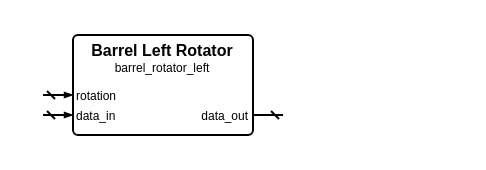
Louis-DR/OmniCores-BuildingBlocks keeps this draw.io diagram as sources/operations/barrel_rotator_left/barrel_rotator_left.symbol.drawio. Above is the earlier version. Source tidied: cells renumbered, new cells numbered last; positions are measured from the earlier drawing's top-left corner, leaving out a move shared by most shapes. Both pictures are drawn from the tidied source at 200%, with x=0, y=0 at pixel (42, 34).
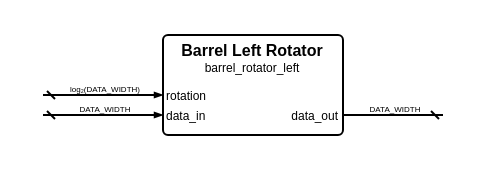
Above is the later version.

The edit, as a diff of the source:
```diff
@@
 <mxGraphModel>
   <root>
     <mxCell id="0" />
     <mxCell id="1" parent="0" />
     <mxCell id="2" style="group;" parent="1" vertex="1">
-      <mxGeometry width="120" height="50" as="geometry" />
+      <mxGeometry width="200" height="50" as="geometry" />
     </mxCell>
     <mxCell id="3" style="rounded=1;arcSize=5;fillColor=none;strokeWidth=1;strokeColor=black;whiteSpace=wrap;html=1;" parent="2" vertex="1">
-      <mxGeometry x="15" width="90" height="50" as="geometry" />
+      <mxGeometry x="60" width="90" height="50" as="geometry" />
     </mxCell>
     <mxCell id="4" value="Barrel Left Rotator" style="text;html=1;align=center;verticalAlign=middle;whiteSpace=wrap;rounded=0;fontSize=8;fontStyle=1;fontColor=black;" parent="2" vertex="1">
-      <mxGeometry x="15" y="7" width="90" as="geometry" />
+      <mxGeometry x="60" y="7" width="90" as="geometry" />
     </mxCell>
     <mxCell id="5" value="barrel_rotator_left" style="text;html=1;align=center;verticalAlign=middle;whiteSpace=wrap;rounded=0;fontSize=6;fontStyle=0;fontColor=black;" parent="2" vertex="1">
-      <mxGeometry x="15" y="16" width="90" as="geometry" />
+      <mxGeometry x="60" y="16" width="90" as="geometry" />
     </mxCell>
     <mxCell id="6" value="rotation" style="text;html=1;align=left;verticalAlign=middle;whiteSpace=wrap;rounded=0;fontSize=6;fontStyle=0;fontColor=black;" parent="2" vertex="1">
-      <mxGeometry x="15" y="30" width="90" as="geometry" />
+      <mxGeometry x="60" y="30" width="90" as="geometry" />
     </mxCell>
     <mxCell id="7" style="html=1;rounded=1;strokeWidth=1;strokeColor=black;startFill=0;startSize=2;startArrow=dash;endFill=1;endSize=2;endArrow=blockThin;sourcePerimeterSpacing=0;" parent="2" edge="1">
       <mxGeometry relative="1" as="geometry">
         <mxPoint y="30" as="sourcePoint" />
-        <mxPoint x="15" y="30" as="targetPoint" />
+        <mxPoint x="60" y="30" as="targetPoint" />
       </mxGeometry>
     </mxCell>
+    <mxCell id="12" value="log₂(DATA_WIDTH)" style="text;html=1;align=center;verticalAlign=middle;whiteSpace=nowrap;rounded=0;fontSize=4;fontStyle=0;fontColor=black;" parent="2" vertex="1">
+      <mxGeometry x="30" y="27" as="geometry" />
+    </mxCell>
     <mxCell id="8" value="data_in" style="text;html=1;align=left;verticalAlign=middle;whiteSpace=wrap;rounded=0;fontSize=6;fontStyle=0;fontColor=black;" parent="2" vertex="1">
-      <mxGeometry x="15" y="40" width="90" as="geometry" />
+      <mxGeometry x="60" y="40" width="90" as="geometry" />
     </mxCell>
     <mxCell id="9" style="html=1;rounded=1;strokeWidth=1;strokeColor=black;startFill=0;startSize=2;startArrow=dash;endFill=1;endSize=2;endArrow=blockThin;sourcePerimeterSpacing=0;" parent="2" edge="1">
       <mxGeometry relative="1" as="geometry">
         <mxPoint y="40" as="sourcePoint" />
-        <mxPoint x="15" y="40" as="targetPoint" />
+        <mxPoint x="60" y="40" as="targetPoint" />
       </mxGeometry>
     </mxCell>
+    <mxCell id="13" value="DATA_WIDTH" style="text;html=1;align=center;verticalAlign=middle;whiteSpace=nowrap;rounded=0;fontSize=4;fontStyle=0;fontColor=black;" parent="2" vertex="1">
+      <mxGeometry x="30" y="37" as="geometry" />
+    </mxCell>
     <mxCell id="10" value="data_out" style="text;html=1;align=right;verticalAlign=middle;whiteSpace=wrap;rounded=0;fontSize=6;fontStyle=0;fontColor=black;" parent="2" vertex="1">
-      <mxGeometry x="15" y="40" width="90" as="geometry" />
+      <mxGeometry x="60" y="40" width="90" as="geometry" />
     </mxCell>
     <mxCell id="11" style="html=1;rounded=1;strokeWidth=1;strokeColor=black;startFill=0;startSize=2;startArrow=dash;endFill=1;endSize=2;endArrow=none;sourcePerimeterSpacing=0;" parent="2" edge="1">
       <mxGeometry relative="1" as="geometry">
-        <mxPoint x="120" y="40" as="sourcePoint" />
-        <mxPoint x="105" y="40" as="targetPoint" />
+        <mxPoint x="200" y="40" as="sourcePoint" />
+        <mxPoint x="150" y="40" as="targetPoint" />
       </mxGeometry>
     </mxCell>
+    <mxCell id="14" value="DATA_WIDTH" style="text;html=1;align=center;verticalAlign=middle;whiteSpace=nowrap;rounded=0;fontSize=4;fontStyle=0;fontColor=black;" parent="2" vertex="1">
+      <mxGeometry x="175" y="37" as="geometry" />
+    </mxCell>
   </root>
 </mxGraphModel>
```
